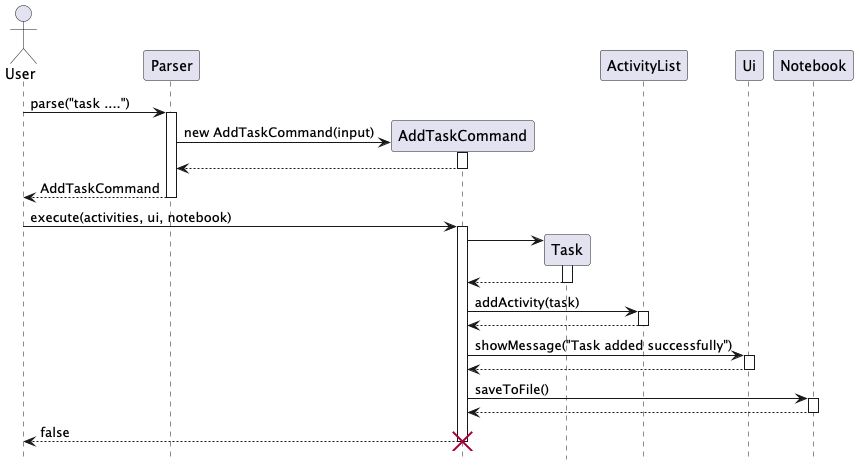
The PlantUML diagram docs/images/add_task_sequence.png in Kennahh/tp, before a commit. Its diagram source:
```plantuml
@startuml

hide footbox
 actor User
 participant Parser
 participant AddTaskCommand
 participant Task
 participant ActivityList
 participant Ui
 participant Notebook

 User -> Parser : parse("task ....")
 activate Parser

 create AddTaskCommand
 Parser -> AddTaskCommand : new AddTaskCommand(input)
 activate AddTaskCommand
 AddTaskCommand --> Parser
 deactivate AddTaskCommand

 Parser --> User : AddTaskCommand
 deactivate Parser

 User -> AddTaskCommand : execute(activities, ui, notebook)
 activate AddTaskCommand

 create Task
 AddTaskCommand -> Task
 activate Task
 Task --> AddTaskCommand
 deactivate Task

 AddTaskCommand -> ActivityList : addActivity(task)
 activate ActivityList
 ActivityList --> AddTaskCommand
 deactivate ActivityList

 AddTaskCommand -> Ui : showMessage("Task added successfully")
 activate Ui
 Ui --> AddTaskCommand
 deactivate Ui

 AddTaskCommand -> Notebook : saveToFile()
 activate Notebook
 Notebook --> AddTaskCommand
 deactivate Notebook

 AddTaskCommand --> User : false
 deactivate AddTaskCommand
 destroy AddTaskCommand
@enduml
```
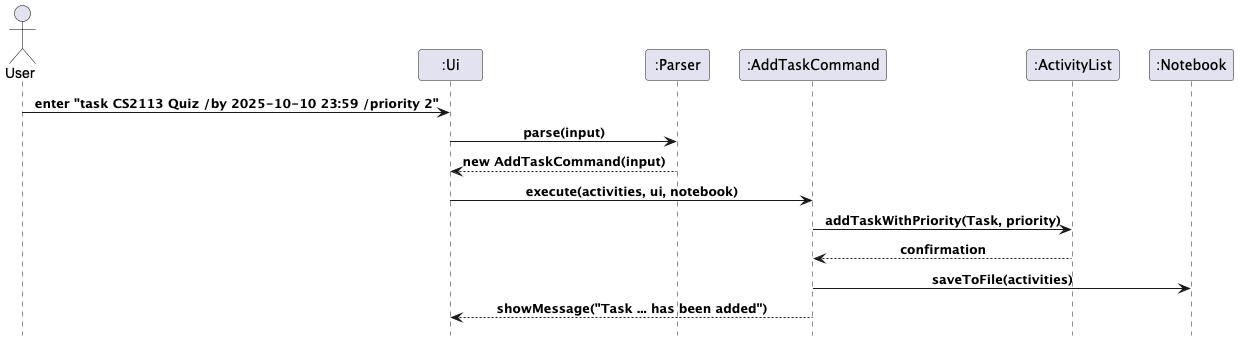
After the change.

Change to the diagram source:
```diff
@@ -1,51 +1,18 @@
 @startuml
+!include style.puml
+actor User
+participant UI as ":Ui"
+participant Parser as ":Parser"
+participant C as ":AddTaskCommand"
+participant AL as ":ActivityList"
+participant NB as ":Notebook"
 
-hide footbox
- actor User
- participant Parser
- participant AddTaskCommand
- participant Task
- participant ActivityList
- participant Ui
- participant Notebook
-
- User -> Parser : parse("task ....")
- activate Parser
-
- create AddTaskCommand
- Parser -> AddTaskCommand : new AddTaskCommand(input)
- activate AddTaskCommand
- AddTaskCommand --> Parser
- deactivate AddTaskCommand
-
- Parser --> User : AddTaskCommand
- deactivate Parser
-
- User -> AddTaskCommand : execute(activities, ui, notebook)
- activate AddTaskCommand
-
- create Task
- AddTaskCommand -> Task
- activate Task
- Task --> AddTaskCommand
- deactivate Task
-
- AddTaskCommand -> ActivityList : addActivity(task)
- activate ActivityList
- ActivityList --> AddTaskCommand
- deactivate ActivityList
-
- AddTaskCommand -> Ui : showMessage("Task added successfully")
- activate Ui
- Ui --> AddTaskCommand
- deactivate Ui
-
- AddTaskCommand -> Notebook : saveToFile()
- activate Notebook
- Notebook --> AddTaskCommand
- deactivate Notebook
-
- AddTaskCommand --> User : false
- deactivate AddTaskCommand
- destroy AddTaskCommand
+User -> UI: enter "task CS2113 Quiz /by 2025-10-10 23:59 /priority 2"
+UI -> Parser: parse(input)
+Parser --> UI: new AddTaskCommand(input)
+UI -> C: execute(activities, ui, notebook)
+C -> AL: addTaskWithPriority(Task, priority)
+AL --> C: confirmation
+C -> NB: saveToFile(activities)
+C --> UI: showMessage("Task ... has been added")
 @enduml
```
